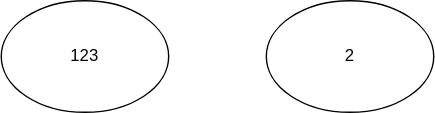
This is Diagram/diagram.svg from alderg/sandbox, a draw.io export, as it was before one commit. Source tidied: cells renumbered, new cells last; positions are measured from the earlier drawing's top-left corner, leaving out a move shared by most shapes.
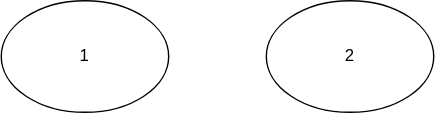
The same diagram one commit later.

Change to the diagram source:
```diff
@@ -2,7 +2,7 @@
   <root>
     <mxCell id="0" />
     <mxCell id="1" parent="0" />
-    <mxCell id="2" value="123" style="ellipse;whiteSpace=wrap;html=1;fillColor=none;" parent="1" vertex="1">
+    <mxCell id="2" value="1" style="ellipse;whiteSpace=wrap;html=1;fillColor=none;" parent="1" vertex="1">
       <mxGeometry width="120" height="80" as="geometry" />
     </mxCell>
     <mxCell id="3" value="2" style="ellipse;whiteSpace=wrap;html=1;fillColor=none;" parent="1" vertex="1">
```
